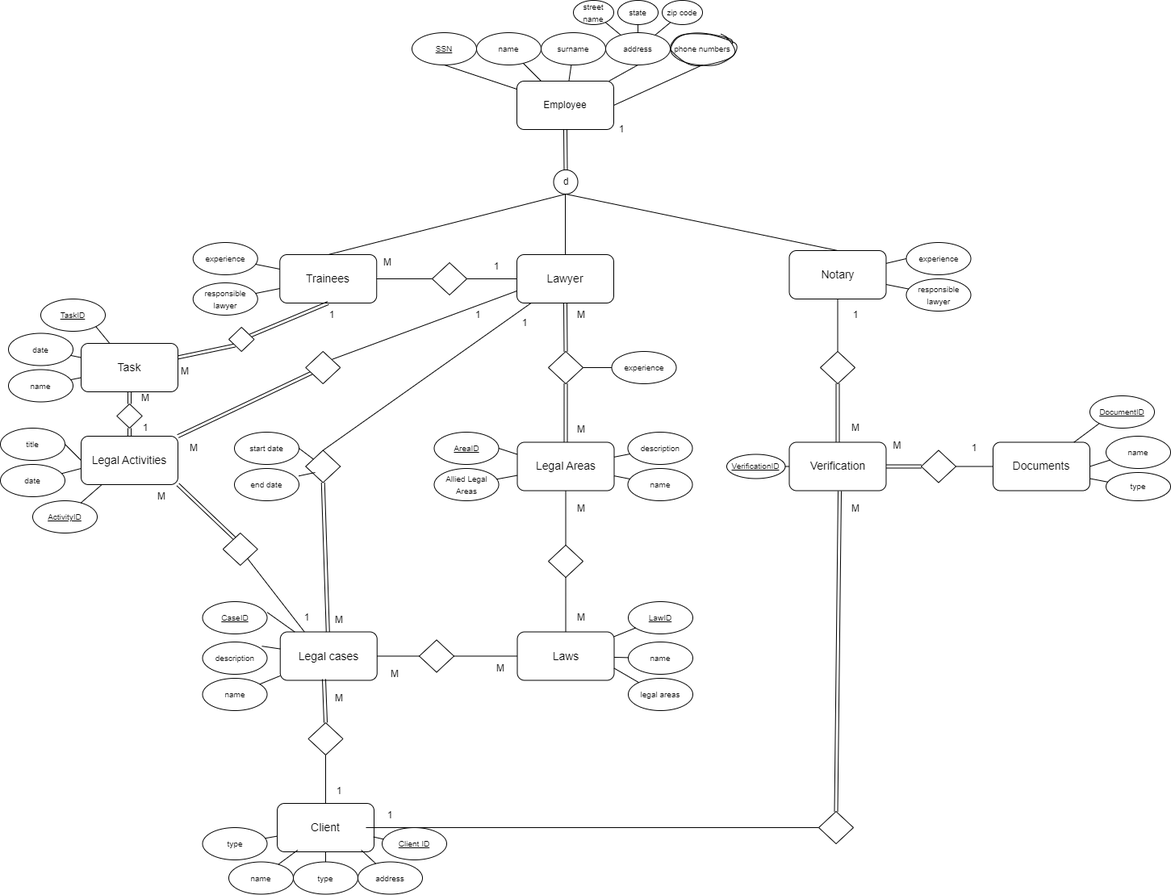
Earlier version of the draw.io export DB/LAB1/LABS1.png (Berat02xz/FINKI-Academic-Journey). Source tidied: cells renumbered, new cells last; positions are measured from the earlier drawing's top-left corner, leaving out a move shared by most shapes.
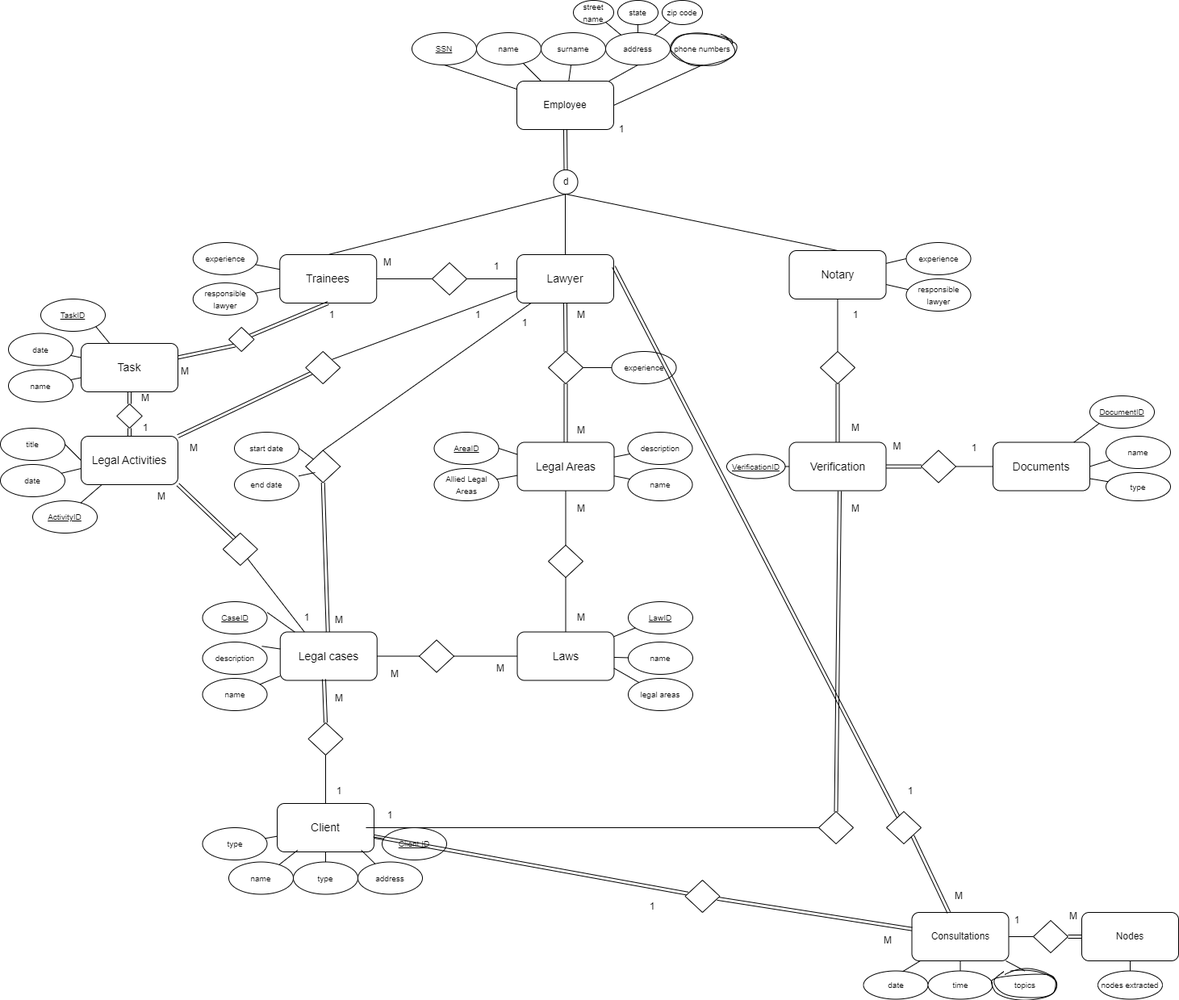
The same file after the commit.

The edit, as a diff of the source:
```diff
@@ -499,5 +499,80 @@
     <mxCell id="164" style="endArrow=none;html=1;rounded=0;exitX=1;exitY=0.75;exitDx=0;exitDy=0;" parent="1" edge="1" source="44" target="45">
       <mxGeometry relative="1" as="geometry" />
     </mxCell>
+    <mxCell id="165" value="Consultations" style="rounded=1;whiteSpace=wrap;html=1;" parent="1" vertex="1">
+      <mxGeometry x="1129.5" y="1130" width="120" height="60" as="geometry" />
+    </mxCell>
+    <mxCell id="166" value="&lt;font style=&quot;font-size: 10px;&quot;&gt;date&lt;br&gt;&lt;/font&gt;" style="ellipse;whiteSpace=wrap;html=1;shadow=0;" parent="1" vertex="1">
+      <mxGeometry x="1069.5" y="1202.5" width="80" height="35" as="geometry" />
+    </mxCell>
+    <mxCell id="167" value="&lt;font style=&quot;font-size: 10px;&quot;&gt;time&lt;br&gt;&lt;/font&gt;" style="ellipse;whiteSpace=wrap;html=1;shadow=0;" parent="1" vertex="1">
+      <mxGeometry x="1149.5" y="1202.5" width="80" height="35" as="geometry" />
+    </mxCell>
+    <mxCell id="168" value="&lt;font style=&quot;font-size: 10px;&quot;&gt;topics&lt;br&gt;&lt;/font&gt;" style="ellipse;whiteSpace=wrap;html=1;shadow=0;sketch=1;curveFitting=1;jiggle=2;" parent="1" vertex="1">
+      <mxGeometry x="1229.5" y="1202.5" width="80" height="35" as="geometry" />
+    </mxCell>
+    <mxCell id="169" value="Nodes" style="rounded=1;whiteSpace=wrap;html=1;" parent="1" vertex="1">
+      <mxGeometry x="1340" y="1130" width="120" height="60" as="geometry" />
+    </mxCell>
+    <mxCell id="170" value="&lt;font style=&quot;font-size: 10px;&quot;&gt;nodes extracted&lt;br&gt;&lt;/font&gt;" style="ellipse;whiteSpace=wrap;html=1;shadow=0;" parent="1" vertex="1">
+      <mxGeometry x="1360" y="1202.5" width="80" height="35" as="geometry" />
+    </mxCell>
+    <mxCell id="171" style="endArrow=none;html=1;rounded=0;exitX=1;exitY=0.5;exitDx=0;exitDy=0;entryX=0;entryY=0.5;entryDx=0;entryDy=0;shape=link;" parent="1" edge="1" source="179" target="169">
+      <mxGeometry relative="1" as="geometry" />
+    </mxCell>
+    <mxCell id="172" style="endArrow=none;html=1;rounded=0;exitX=0.608;exitY=0.02;exitDx=0;exitDy=0;exitPerimeter=0;" parent="1" edge="1" source="166" target="165">
+      <mxGeometry relative="1" as="geometry" />
+    </mxCell>
+    <mxCell id="173" style="endArrow=none;html=1;rounded=0;exitX=0.5;exitY=0;exitDx=0;exitDy=0;entryX=0.5;entryY=1;entryDx=0;entryDy=0;" parent="1" edge="1" source="167" target="165">
+      <mxGeometry relative="1" as="geometry" />
+    </mxCell>
+    <mxCell id="174" style="endArrow=none;html=1;rounded=0;exitX=0.5;exitY=0;exitDx=0;exitDy=0;" parent="1" edge="1" source="168" target="165">
+      <mxGeometry relative="1" as="geometry" />
+    </mxCell>
+    <mxCell id="175" style="endArrow=none;html=1;rounded=0;" parent="1" edge="1" source="170" target="169">
+      <mxGeometry relative="1" as="geometry" />
+    </mxCell>
+    <mxCell id="176" style="endArrow=none;html=1;rounded=0;exitX=1;exitY=1;exitDx=0;exitDy=0;shape=link;" parent="1" edge="1" source="183" target="165">
+      <mxGeometry relative="1" as="geometry" />
+    </mxCell>
+    <mxCell id="177" style="endArrow=none;html=1;rounded=0;shape=link;" parent="1" edge="1" source="181" target="165">
+      <mxGeometry relative="1" as="geometry" />
+    </mxCell>
+    <mxCell id="178" style="endArrow=none;html=1;rounded=0;exitX=1;exitY=0.5;exitDx=0;exitDy=0;entryX=0;entryY=0.5;entryDx=0;entryDy=0;" parent="1" edge="1" source="165" target="179">
+      <mxGeometry relative="1" as="geometry" />
+    </mxCell>
+    <mxCell id="179" style="rhombus;whiteSpace=wrap;html=1;" parent="1" vertex="1">
+      <mxGeometry x="1280" y="1140" width="43" height="40" as="geometry" />
+    </mxCell>
+    <mxCell id="180" style="endArrow=none;html=1;rounded=0;shape=link;" parent="1" edge="1" source="25" target="181">
+      <mxGeometry relative="1" as="geometry" />
+    </mxCell>
+    <mxCell id="181" style="rhombus;whiteSpace=wrap;html=1;" parent="1" vertex="1">
+      <mxGeometry x="848.5" y="1090" width="43" height="40" as="geometry" />
+    </mxCell>
+    <mxCell id="182" style="endArrow=none;html=1;rounded=0;exitX=1;exitY=0.25;exitDx=0;exitDy=0;shape=link;" parent="1" edge="1" source="3" target="183">
+      <mxGeometry relative="1" as="geometry" />
+    </mxCell>
+    <mxCell id="183" style="rhombus;whiteSpace=wrap;html=1;" parent="1" vertex="1">
+      <mxGeometry x="1098" y="1005" width="43" height="40" as="geometry" />
+    </mxCell>
+    <mxCell id="184" value="1" style="text;html=1;strokeColor=none;fillColor=none;align=center;verticalAlign=middle;whiteSpace=wrap;rounded=0;" parent="1" vertex="1">
+      <mxGeometry x="778" y="1107.5" width="60" height="30" as="geometry" />
+    </mxCell>
+    <mxCell id="185" value="M" style="text;html=1;strokeColor=none;fillColor=none;align=center;verticalAlign=middle;whiteSpace=wrap;rounded=0;" parent="1" vertex="1">
+      <mxGeometry x="1069.5" y="1150" width="60" height="30" as="geometry" />
+    </mxCell>
+    <mxCell id="186" value="M" style="text;html=1;strokeColor=none;fillColor=none;align=center;verticalAlign=middle;whiteSpace=wrap;rounded=0;" parent="1" vertex="1">
+      <mxGeometry x="1158" y="1095" width="60" height="30" as="geometry" />
+    </mxCell>
+    <mxCell id="187" value="1" style="text;html=1;strokeColor=none;fillColor=none;align=center;verticalAlign=middle;whiteSpace=wrap;rounded=0;" parent="1" vertex="1">
+      <mxGeometry x="1098" y="965" width="60" height="30" as="geometry" />
+    </mxCell>
+    <mxCell id="188" value="1" style="text;html=1;strokeColor=none;fillColor=none;align=center;verticalAlign=middle;whiteSpace=wrap;rounded=0;" parent="1" vertex="1">
+      <mxGeometry x="1230" y="1125" width="60" height="30" as="geometry" />
+    </mxCell>
+    <mxCell id="189" value="M" style="text;html=1;strokeColor=none;fillColor=none;align=center;verticalAlign=middle;whiteSpace=wrap;rounded=0;" parent="1" vertex="1">
+      <mxGeometry x="1300" y="1120" width="60" height="30" as="geometry" />
+    </mxCell>
   </root>
 </mxGraphModel>
```
